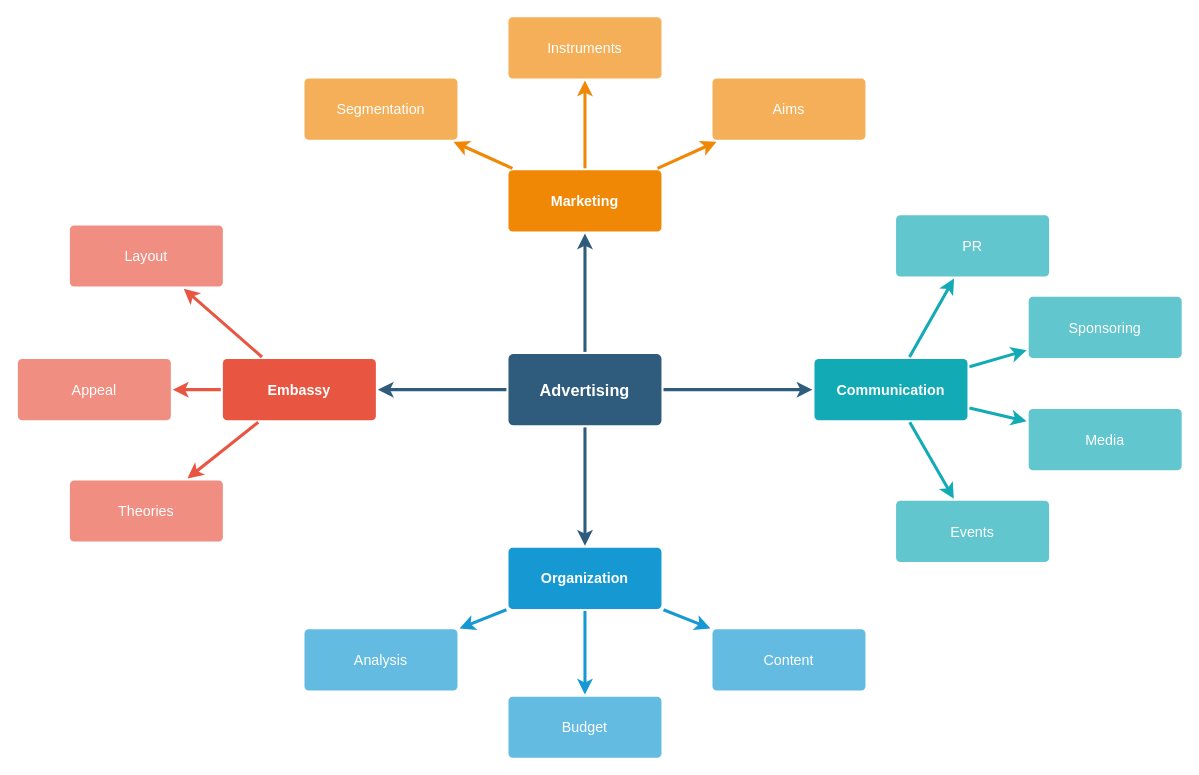
This is Untitled Diagram.drawio from DialloMamadouDjan/api_resto, a draw.io file, before an edit. Source tidied: cells renumbered, new cells numbered last; positions are measured from the earlier drawing's top-left corner, leaving out a move shared by most shapes. Both pictures are drawn from the tidied source at 102%, with x=0, y=0 at pixel (17, 16).
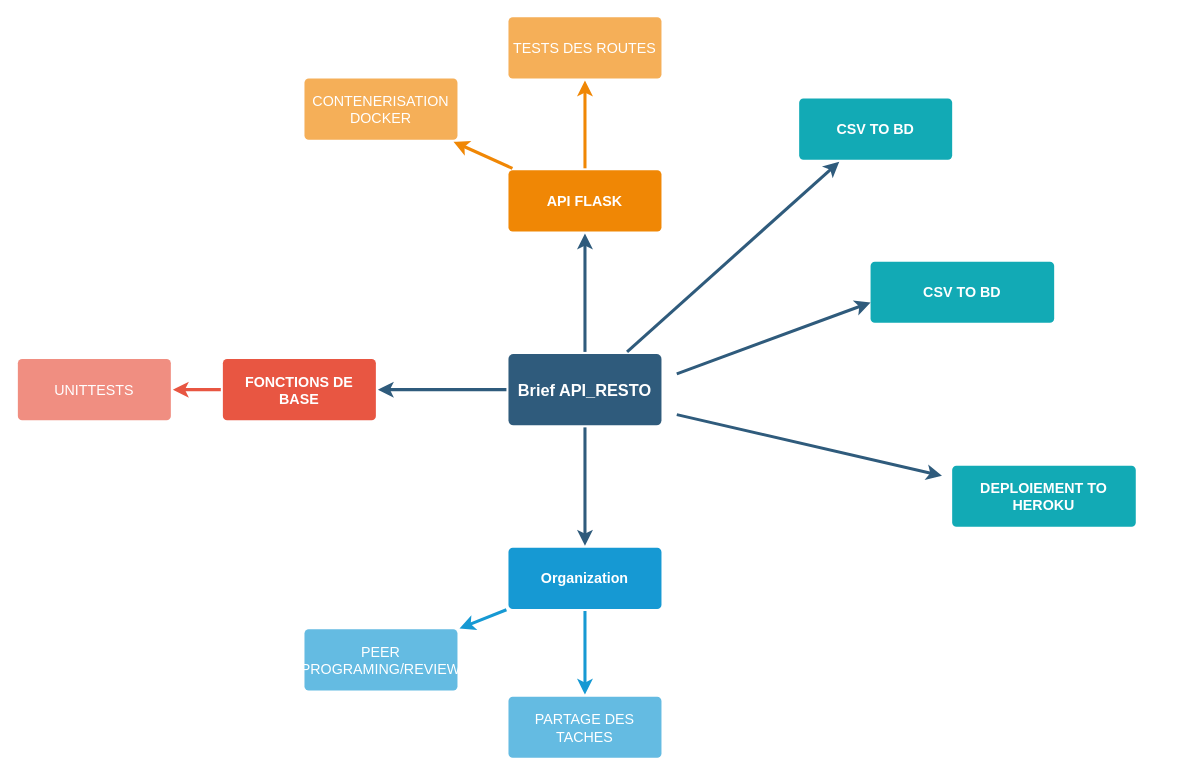
The same diagram, later.

The change refers to these unchanged cells:
```xml
<mxCell id="17" value="Organization" style="rounded=1;whiteSpace=wrap;html=1;shadow=0;labelBackgroundColor=none;strokeColor=none;strokeWidth=3;fillColor=#1699d3;fontFamily=Helvetica;fontSize=14;fontColor=#FFFFFF;align=center;spacing=5;fontStyle=1;arcSize=7;perimeterSpacing=2;" parent="1" vertex="1">
  <mxGeometry x="481" y="520.5" width="150" height="60" as="geometry" />
</mxCell>
```

Diff of the diagram source:
```diff
@@
-    <mxCell id="6" value="Advertising" style="rounded=1;whiteSpace=wrap;html=1;shadow=0;labelBackgroundColor=none;strokeColor=none;strokeWidth=3;fillColor=#2F5B7C;fontFamily=Helvetica;fontSize=16;fontColor=#FFFFFF;align=center;fontStyle=1;spacing=5;arcSize=7;perimeterSpacing=2;" parent="1" vertex="1">
+    <mxCell id="6" value="Brief API_RESTO" style="rounded=1;whiteSpace=wrap;html=1;shadow=0;labelBackgroundColor=none;strokeColor=none;strokeWidth=3;fillColor=#2F5B7C;fontFamily=Helvetica;fontSize=16;fontColor=#FFFFFF;align=center;fontStyle=1;spacing=5;arcSize=7;perimeterSpacing=2;" parent="1" vertex="1">
       <mxGeometry x="481" y="330.5" width="150" height="70" as="geometry" />
     </mxCell>
-    <mxCell id="7" style="edgeStyle=none;rounded=1;jumpStyle=none;html=1;shadow=0;labelBackgroundColor=none;startArrow=none;startFill=0;jettySize=auto;strokeColor=#E85642;strokeWidth=3;fontFamily=Helvetica;fontSize=14;fontColor=#FFFFFF;spacing=5;fontStyle=1;fillColor=#b0e3e6;" parent="1" edge="1" source="10" target="13">
-      <mxGeometry relative="1" as="geometry" />
-    </mxCell>
@@
-    <mxCell id="9" style="edgeStyle=none;rounded=1;jumpStyle=none;html=1;shadow=0;labelBackgroundColor=none;startArrow=none;startFill=0;jettySize=auto;strokeColor=#E85642;strokeWidth=3;fontFamily=Helvetica;fontSize=14;fontColor=#FFFFFF;spacing=5;fontStyle=1;fillColor=#b0e3e6;" parent="1" edge="1" source="10" target="11">
-      <mxGeometry relative="1" as="geometry" />
-    </mxCell>
-    <mxCell id="10" value="Embassy" style="rounded=1;whiteSpace=wrap;html=1;shadow=0;labelBackgroundColor=none;strokeColor=none;strokeWidth=3;fillColor=#e85642;fontFamily=Helvetica;fontSize=14;fontColor=#FFFFFF;align=center;spacing=5;fontStyle=1;arcSize=7;perimeterSpacing=2;" parent="1" vertex="1">
+    <mxCell id="10" value="FONCTIONS DE BASE " style="rounded=1;whiteSpace=wrap;html=1;shadow=0;labelBackgroundColor=none;strokeColor=none;strokeWidth=3;fillColor=#e85642;fontFamily=Helvetica;fontSize=14;fontColor=#FFFFFF;align=center;spacing=5;fontStyle=1;arcSize=7;perimeterSpacing=2;" parent="1" vertex="1">
       <mxGeometry x="201" y="335.5" width="150" height="60" as="geometry" />
     </mxCell>
-    <mxCell id="11" value="Theories" style="rounded=1;whiteSpace=wrap;html=1;shadow=0;labelBackgroundColor=none;strokeColor=none;strokeWidth=3;fillColor=#f08e81;fontFamily=Helvetica;fontSize=14;fontColor=#FFFFFF;align=center;spacing=5;fontStyle=0;arcSize=7;perimeterSpacing=2;" parent="1" vertex="1">
-      <mxGeometry x="51" y="454.5" width="150" height="60" as="geometry" />
-    </mxCell>
-    <mxCell id="12" value="Appeal" style="rounded=1;whiteSpace=wrap;html=1;shadow=0;labelBackgroundColor=none;strokeColor=none;strokeWidth=3;fillColor=#f08e81;fontFamily=Helvetica;fontSize=14;fontColor=#FFFFFF;align=center;spacing=5;fontStyle=0;arcSize=7;perimeterSpacing=2;" parent="1" vertex="1">
+    <mxCell id="12" value="UNITTESTS" style="rounded=1;whiteSpace=wrap;html=1;shadow=0;labelBackgroundColor=none;strokeColor=none;strokeWidth=3;fillColor=#f08e81;fontFamily=Helvetica;fontSize=14;fontColor=#FFFFFF;align=center;spacing=5;fontStyle=0;arcSize=7;perimeterSpacing=2;" parent="1" vertex="1">
       <mxGeometry y="335.5" width="150" height="60" as="geometry" />
     </mxCell>
-    <mxCell id="13" value="Layout" style="rounded=1;whiteSpace=wrap;html=1;shadow=0;labelBackgroundColor=none;strokeColor=none;strokeWidth=3;fillColor=#f08e81;fontFamily=Helvetica;fontSize=14;fontColor=#FFFFFF;align=center;spacing=5;fontStyle=0;arcSize=7;perimeterSpacing=2;" parent="1" vertex="1">
-      <mxGeometry x="51" y="204.5" width="150" height="60" as="geometry" />
-    </mxCell>
@@
-    <mxCell id="16" style="edgeStyle=none;rounded=0;jumpStyle=none;html=1;shadow=0;labelBackgroundColor=none;startArrow=none;startFill=0;endArrow=classic;endFill=1;jettySize=auto;strokeColor=#1699D3;strokeWidth=3;fontFamily=Helvetica;fontSize=14;fontColor=#FFFFFF;spacing=5;" parent="1" edge="1" source="17" target="18">
-      <mxGeometry relative="1" as="geometry" />
-    </mxCell>
@@
-    <mxCell id="18" value="Content" style="rounded=1;whiteSpace=wrap;html=1;shadow=0;labelBackgroundColor=none;strokeColor=none;strokeWidth=3;fillColor=#64bbe2;fontFamily=Helvetica;fontSize=14;fontColor=#FFFFFF;align=center;spacing=5;arcSize=7;perimeterSpacing=2;" parent="1" vertex="1">
-      <mxGeometry x="681" y="600.5" width="150" height="60" as="geometry" />
-    </mxCell>
-    <mxCell id="19" value="Budget" style="rounded=1;whiteSpace=wrap;html=1;shadow=0;labelBackgroundColor=none;strokeColor=none;strokeWidth=3;fillColor=#64bbe2;fontFamily=Helvetica;fontSize=14;fontColor=#FFFFFF;align=center;spacing=5;arcSize=7;perimeterSpacing=2;" parent="1" vertex="1">
+    <mxCell id="19" value="PARTAGE DES TACHES" style="rounded=1;whiteSpace=wrap;html=1;shadow=0;labelBackgroundColor=none;strokeColor=none;strokeWidth=3;fillColor=#64bbe2;fontFamily=Helvetica;fontSize=14;fontColor=#FFFFFF;align=center;spacing=5;arcSize=7;perimeterSpacing=2;" parent="1" vertex="1">
       <mxGeometry x="481" y="666.5" width="150" height="60" as="geometry" />
     </mxCell>
-    <mxCell id="20" value="Analysis" style="rounded=1;whiteSpace=wrap;html=1;shadow=0;labelBackgroundColor=none;strokeColor=none;strokeWidth=3;fillColor=#64bbe2;fontFamily=Helvetica;fontSize=14;fontColor=#FFFFFF;align=center;spacing=5;arcSize=7;perimeterSpacing=2;" parent="1" vertex="1">
+    <mxCell id="20" value="PEER PROGRAMING/REVIEW" style="rounded=1;whiteSpace=wrap;html=1;shadow=0;labelBackgroundColor=none;strokeColor=none;strokeWidth=3;fillColor=#64bbe2;fontFamily=Helvetica;fontSize=14;fontColor=#FFFFFF;align=center;spacing=5;arcSize=7;perimeterSpacing=2;" parent="1" vertex="1">
       <mxGeometry x="281" y="600.5" width="150" height="60" as="geometry" />
     </mxCell>
-    <mxCell id="21" value="Marketing" style="rounded=1;whiteSpace=wrap;html=1;shadow=0;labelBackgroundColor=none;strokeColor=none;strokeWidth=3;fillColor=#F08705;fontFamily=Helvetica;fontSize=14;fontColor=#FFFFFF;align=center;spacing=5;fontStyle=1;arcSize=7;perimeterSpacing=2;" parent="1" vertex="1">
+    <mxCell id="21" value="API FLASK" style="rounded=1;whiteSpace=wrap;html=1;shadow=0;labelBackgroundColor=none;strokeColor=none;strokeWidth=3;fillColor=#F08705;fontFamily=Helvetica;fontSize=14;fontColor=#FFFFFF;align=center;spacing=5;fontStyle=1;arcSize=7;perimeterSpacing=2;" parent="1" vertex="1">
       <mxGeometry x="481" y="150.5" width="150" height="60" as="geometry" />
     </mxCell>
-    <mxCell id="22" value="Aims&lt;br&gt;" style="rounded=1;whiteSpace=wrap;html=1;shadow=0;labelBackgroundColor=none;strokeColor=none;strokeWidth=3;fillColor=#f5af58;fontFamily=Helvetica;fontSize=14;fontColor=#FFFFFF;align=center;spacing=5;arcSize=7;perimeterSpacing=2;" parent="1" vertex="1">
-      <mxGeometry x="681" y="60.5" width="150" height="60" as="geometry" />
-    </mxCell>
-    <mxCell id="23" style="edgeStyle=none;rounded=0;jumpStyle=none;html=1;shadow=0;labelBackgroundColor=none;startArrow=none;startFill=0;endArrow=classic;endFill=1;jettySize=auto;strokeColor=#F08705;strokeWidth=3;fontFamily=Helvetica;fontSize=14;fontColor=#FFFFFF;spacing=5;" parent="1" edge="1" source="21" target="22">
-      <mxGeometry relative="1" as="geometry" />
-    </mxCell>
-    <mxCell id="24" value="Instruments" style="rounded=1;whiteSpace=wrap;html=1;shadow=0;labelBackgroundColor=none;strokeColor=none;strokeWidth=3;fillColor=#f5af58;fontFamily=Helvetica;fontSize=14;fontColor=#FFFFFF;align=center;spacing=5;arcSize=7;perimeterSpacing=2;" parent="1" vertex="1">
+    <mxCell id="24" value="TESTS DES ROUTES" style="rounded=1;whiteSpace=wrap;html=1;shadow=0;labelBackgroundColor=none;strokeColor=none;strokeWidth=3;fillColor=#f5af58;fontFamily=Helvetica;fontSize=14;fontColor=#FFFFFF;align=center;spacing=5;arcSize=7;perimeterSpacing=2;" parent="1" vertex="1">
       <mxGeometry x="481" y="0.5" width="150" height="60" as="geometry" />
     </mxCell>
@@
-    <mxCell id="26" value="Segmentation" style="rounded=1;whiteSpace=wrap;html=1;shadow=0;labelBackgroundColor=none;strokeColor=none;strokeWidth=3;fillColor=#f5af58;fontFamily=Helvetica;fontSize=14;fontColor=#FFFFFF;align=center;spacing=5;arcSize=7;perimeterSpacing=2;" parent="1" vertex="1">
+    <mxCell id="26" value="CONTENERISATION DOCKER" style="rounded=1;whiteSpace=wrap;html=1;shadow=0;labelBackgroundColor=none;strokeColor=none;strokeWidth=3;fillColor=#f5af58;fontFamily=Helvetica;fontSize=14;fontColor=#FFFFFF;align=center;spacing=5;arcSize=7;perimeterSpacing=2;" parent="1" vertex="1">
       <mxGeometry x="281" y="60.5" width="150" height="60" as="geometry" />
     </mxCell>
@@
-    <mxCell id="28" value="Communication" style="rounded=1;whiteSpace=wrap;html=1;shadow=0;labelBackgroundColor=none;strokeColor=none;strokeWidth=3;fillColor=#12aab5;fontFamily=Helvetica;fontSize=14;fontColor=#FFFFFF;align=center;spacing=5;fontStyle=1;arcSize=7;perimeterSpacing=2;" parent="1" vertex="1">
-      <mxGeometry x="781" y="335.5" width="150" height="60" as="geometry" />
+    <mxCell id="28" value="CSV TO BD" style="rounded=1;whiteSpace=wrap;html=1;shadow=0;labelBackgroundColor=none;strokeColor=none;strokeWidth=3;fillColor=#12aab5;fontFamily=Helvetica;fontSize=14;fontColor=#FFFFFF;align=center;spacing=5;fontStyle=1;arcSize=7;perimeterSpacing=2;" parent="1" vertex="1">
+      <mxGeometry x="766" y="80" width="150" height="60" as="geometry" />
     </mxCell>
-    <mxCell id="29" value="Events" style="rounded=1;whiteSpace=wrap;html=1;shadow=0;labelBackgroundColor=none;strokeColor=none;strokeWidth=3;fillColor=#61c6ce;fontFamily=Helvetica;fontSize=14;fontColor=#FFFFFF;align=center;spacing=5;fontStyle=0;arcSize=7;perimeterSpacing=2;" parent="1" vertex="1">
-      <mxGeometry x="861" y="474.5" width="150" height="60" as="geometry" />
-    </mxCell>
-    <mxCell id="30" style="edgeStyle=none;rounded=1;jumpStyle=none;html=1;shadow=0;labelBackgroundColor=none;startArrow=none;startFill=0;jettySize=auto;strokeColor=#12AAB5;strokeWidth=3;fontFamily=Helvetica;fontSize=14;fontColor=#FFFFFF;spacing=5;fontStyle=1;fillColor=#b0e3e6;" parent="1" edge="1" source="28" target="29">
-      <mxGeometry relative="1" as="geometry" />
-    </mxCell>
-    <mxCell id="31" value="Media" style="rounded=1;whiteSpace=wrap;html=1;shadow=0;labelBackgroundColor=none;strokeColor=none;strokeWidth=3;fillColor=#61c6ce;fontFamily=Helvetica;fontSize=14;fontColor=#FFFFFF;align=center;spacing=5;fontStyle=0;arcSize=7;perimeterSpacing=2;" parent="1" vertex="1">
-      <mxGeometry x="991" y="384.5" width="150" height="60" as="geometry" />
-    </mxCell>
-    <mxCell id="32" style="edgeStyle=none;rounded=1;jumpStyle=none;html=1;shadow=0;labelBackgroundColor=none;startArrow=none;startFill=0;jettySize=auto;strokeColor=#12AAB5;strokeWidth=3;fontFamily=Helvetica;fontSize=14;fontColor=#FFFFFF;spacing=5;fontStyle=1;fillColor=#b0e3e6;" parent="1" edge="1" source="28" target="31">
-      <mxGeometry relative="1" as="geometry" />
-    </mxCell>
-    <mxCell id="33" value="Sponsoring" style="rounded=1;whiteSpace=wrap;html=1;shadow=0;labelBackgroundColor=none;strokeColor=none;strokeWidth=3;fillColor=#61c6ce;fontFamily=Helvetica;fontSize=14;fontColor=#FFFFFF;align=center;spacing=5;fontStyle=0;arcSize=7;perimeterSpacing=2;" parent="1" vertex="1">
-      <mxGeometry x="991" y="274.5" width="150" height="60" as="geometry" />
-    </mxCell>
-    <mxCell id="34" style="edgeStyle=none;rounded=1;jumpStyle=none;html=1;shadow=0;labelBackgroundColor=none;startArrow=none;startFill=0;jettySize=auto;strokeColor=#12AAB5;strokeWidth=3;fontFamily=Helvetica;fontSize=14;fontColor=#FFFFFF;spacing=5;fontStyle=1;fillColor=#b0e3e6;" parent="1" edge="1" source="28" target="33">
-      <mxGeometry relative="1" as="geometry" />
-    </mxCell>
-    <mxCell id="35" value="PR" style="rounded=1;whiteSpace=wrap;html=1;shadow=0;labelBackgroundColor=none;strokeColor=none;strokeWidth=3;fillColor=#61c6ce;fontFamily=Helvetica;fontSize=14;fontColor=#FFFFFF;align=center;spacing=5;fontStyle=0;arcSize=7;perimeterSpacing=2;" parent="1" vertex="1">
-      <mxGeometry x="861" y="194.5" width="150" height="60" as="geometry" />
-    </mxCell>
-    <mxCell id="36" style="edgeStyle=none;rounded=1;jumpStyle=none;html=1;shadow=0;labelBackgroundColor=none;startArrow=none;startFill=0;jettySize=auto;strokeColor=#12AAB5;strokeWidth=3;fontFamily=Helvetica;fontSize=14;fontColor=#FFFFFF;spacing=5;fontStyle=1;fillColor=#b0e3e6;" parent="1" edge="1" source="28" target="35">
-      <mxGeometry relative="1" as="geometry" />
-    </mxCell>
+    <mxCell id="37" value="CSV TO BD" style="rounded=1;whiteSpace=wrap;html=1;shadow=0;labelBackgroundColor=none;strokeColor=none;strokeWidth=3;fillColor=#12aab5;fontFamily=Helvetica;fontSize=14;fontColor=#FFFFFF;align=center;spacing=5;fontStyle=1;arcSize=7;perimeterSpacing=2;" parent="1" vertex="1">
+      <mxGeometry x="836" y="240" width="180" height="60" as="geometry" />
+    </mxCell>
+    <mxCell id="38" value="DEPLOIEMENT TO HEROKU" style="rounded=1;whiteSpace=wrap;html=1;shadow=0;labelBackgroundColor=none;strokeColor=none;strokeWidth=3;fillColor=#12aab5;fontFamily=Helvetica;fontSize=14;fontColor=#FFFFFF;align=center;spacing=5;fontStyle=1;arcSize=7;perimeterSpacing=2;" parent="1" vertex="1">
+      <mxGeometry x="916" y="440" width="180" height="60" as="geometry" />
+    </mxCell>
+    <mxCell id="39" style="edgeStyle=none;rounded=0;jumpStyle=none;html=1;shadow=0;labelBackgroundColor=none;startArrow=none;startFill=0;endArrow=classic;endFill=1;jettySize=auto;orthogonalLoop=1;strokeColor=#2F5B7C;strokeWidth=3;fontFamily=Helvetica;fontSize=16;fontColor=#23445D;spacing=5;" parent="1" edge="1">
+      <mxGeometry relative="1" as="geometry">
+        <mxPoint x="646" y="350" as="sourcePoint" />
+        <mxPoint x="836" y="280" as="targetPoint" />
+      </mxGeometry>
+    </mxCell>
+    <mxCell id="40" style="edgeStyle=none;rounded=0;jumpStyle=none;html=1;shadow=0;labelBackgroundColor=none;startArrow=none;startFill=0;endArrow=classic;endFill=1;jettySize=auto;orthogonalLoop=1;strokeColor=#2F5B7C;strokeWidth=3;fontFamily=Helvetica;fontSize=16;fontColor=#23445D;spacing=5;" parent="1" edge="1">
+      <mxGeometry relative="1" as="geometry">
+        <mxPoint x="646" y="390" as="sourcePoint" />
+        <mxPoint x="906" y="450" as="targetPoint" />
+      </mxGeometry>
+    </mxCell>
```
